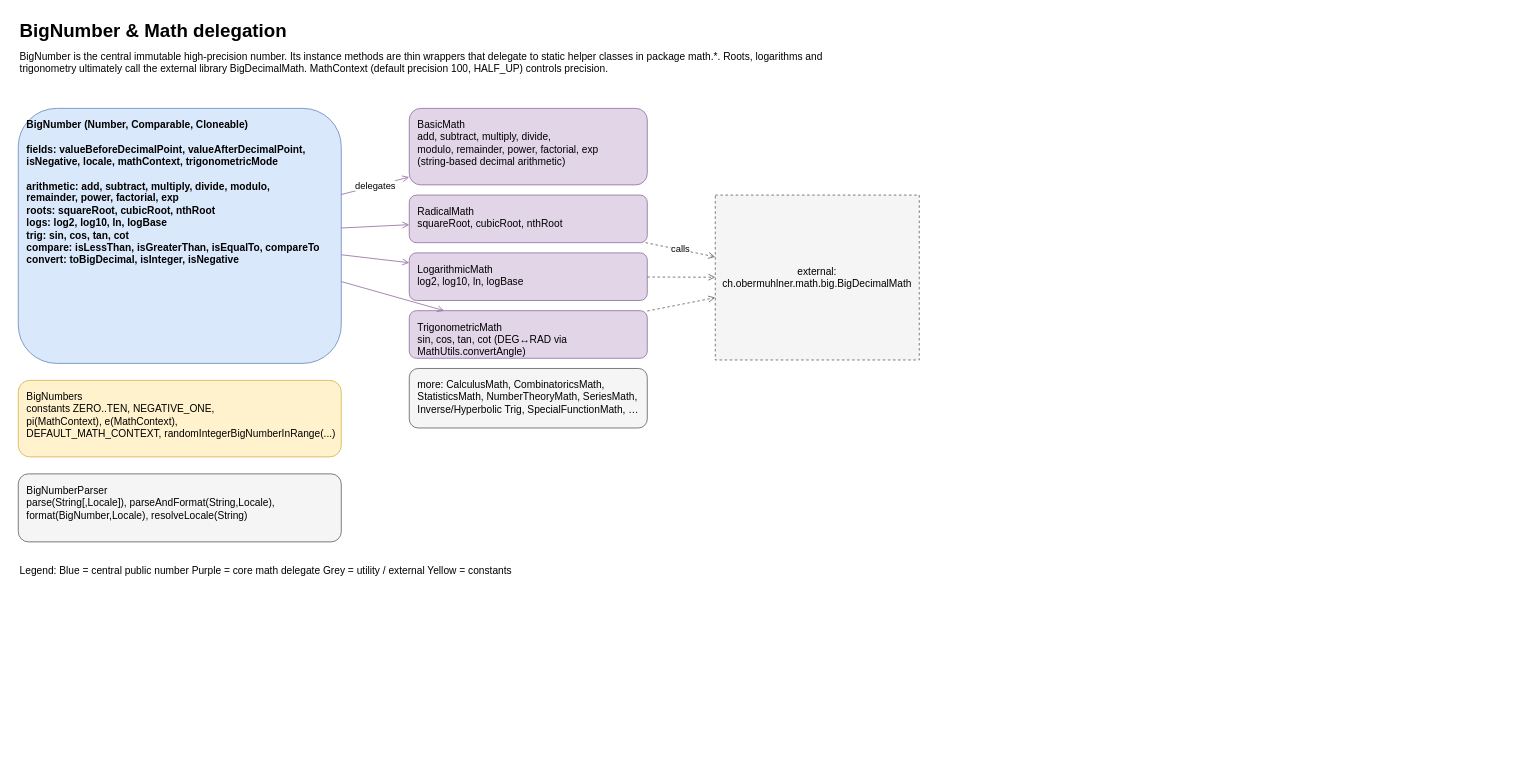
The draw.io diagram docs/diagrams/architecture/03-bignumber-and-math.drawio in lembergmax/JustMath, before the edit. Source tidied: cells renumbered, new cells numbered last; positions are measured from the earlier drawing's top-left corner, leaving out a move shared by most shapes. Both pictures are drawn from the tidied source at 85%, with x=0, y=0 at pixel (18, 14).
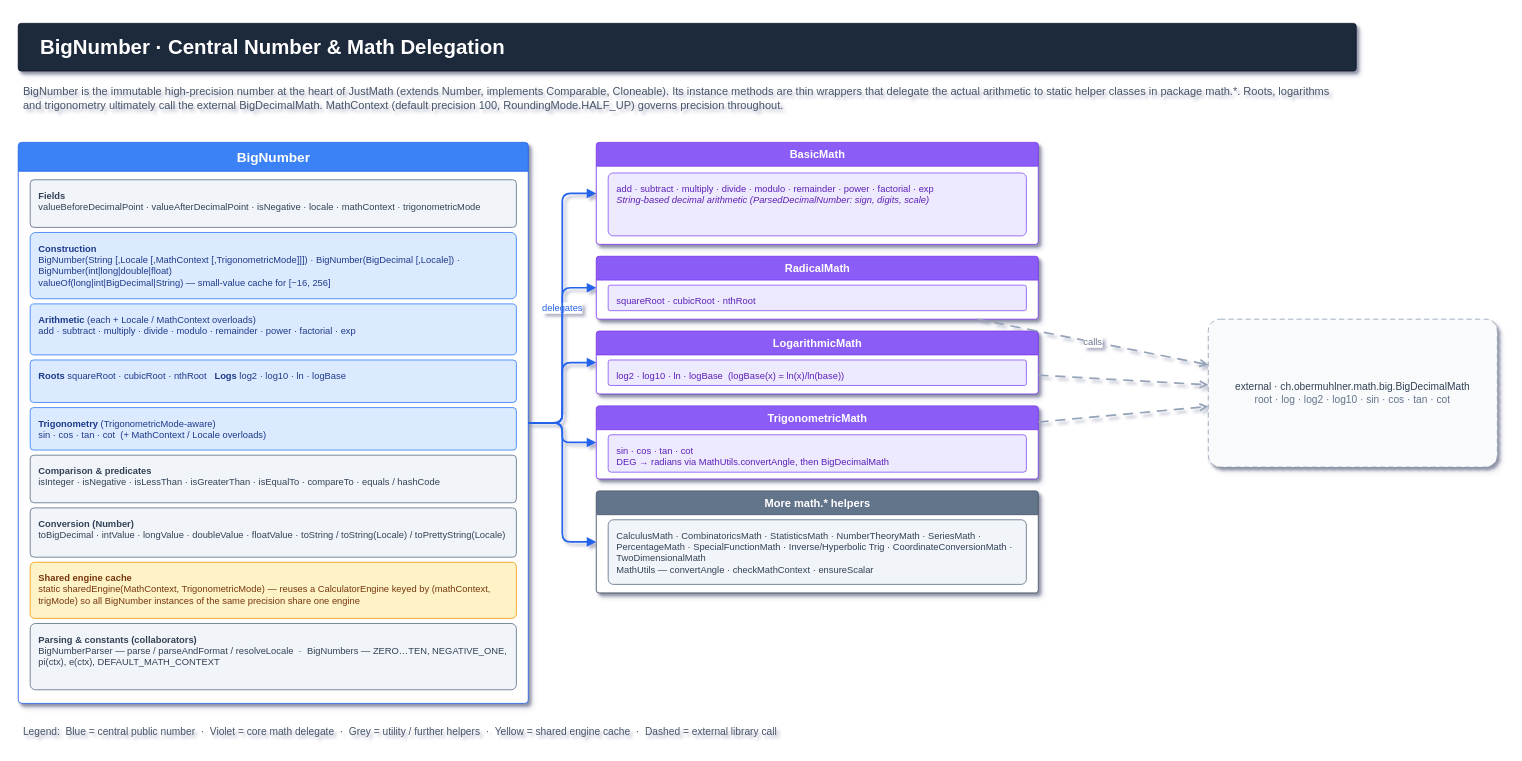
After the change.

Diff of the diagram source:
```diff
@@
-<mxGraphModel>
+<mxGraphModel shadow="1">
@@
-    <mxCell id="2" value="BigNumber &amp; Math delegation" style="text;html=1;fontSize=22;fontStyle=1;align=left;" parent="1" vertex="1">
-      <mxGeometry width="800" height="34" as="geometry" />
-    </mxCell>
-    <mxCell id="3" value="BigNumber is the central immutable high-precision number. Its instance methods are thin wrappers that delegate to static helper classes in package math.*. Roots, logarithms and trigonometry ultimately call the external library BigDecimalMath. MathContext (default precision 100, HALF_UP) controls precision." style="text;html=1;fontSize=12;align=left;verticalAlign=top;whiteSpace=wrap;" parent="1" vertex="1">
-      <mxGeometry y="36" width="950" height="48" as="geometry" />
-    </mxCell>
+    <mxCell id="21" value="BigNumber  ·  Central Number &amp; Math Delegation" style="rounded=1;arcSize=6;html=1;fillColor=#1E293B;strokeColor=#0F172A;fontColor=#FFFFFF;fontSize=24;fontStyle=1;fontFamily=Helvetica;align=left;verticalAlign=middle;spacingLeft=24;shadow=1;" parent="1" vertex="1">
+      <mxGeometry y="10" width="1574" height="56" as="geometry" />
+    </mxCell>
+    <mxCell id="22" value="BigNumber is the immutable high-precision number at the heart of JustMath (extends Number, implements Comparable, Cloneable). Its instance methods are thin wrappers that delegate the actual arithmetic to static helper classes in package math.*. Roots, logarithms and trigonometry ultimately call the external BigDecimalMath. MathContext (default precision 100, RoundingMode.HALF_UP) governs precision throughout." style="text;html=1;fontColor=#475569;fontSize=13;fontFamily=Helvetica;align=left;verticalAlign=top;whiteSpace=wrap;" parent="1" vertex="1">
+      <mxGeometry x="4" y="76" width="1560" height="56" as="geometry" />
+    </mxCell>
-    <mxCell id="4" value="BigNumber  (Number, Comparable, Cloneable)&#10;&#10;fields: valueBeforeDecimalPoint, valueAfterDecimalPoint,&#10;        isNegative, locale, mathContext, trigonometricMode&#10;&#10;arithmetic: add, subtract, multiply, divide, modulo,&#10;            remainder, power, factorial, exp&#10;roots: squareRoot, cubicRoot, nthRoot&#10;logs: log2, log10, ln, logBase&#10;trig: sin, cos, tan, cot&#10;compare: isLessThan, isGreaterThan, isEqualTo, compareTo&#10;convert: toBigDecimal, isInteger, isNegative" style="rounded=1;html=1;whiteSpace=wrap;align=left;verticalAlign=top;fillColor=#dae8fc;strokeColor=#6c8ebf;fontStyle=1;spacingLeft=8;spacingTop=6;" parent="1" vertex="1">
-      <mxGeometry y="110" width="380" height="300" as="geometry" />
+    <mxCell id="4" value="BigNumber" style="swimlane;rounded=1;arcSize=4;html=1;startSize=34;fillColor=#3B82F6;strokeColor=#2563EB;fontColor=#FFFFFF;fontStyle=1;fontSize=16;fontFamily=Helvetica;align=center;verticalAlign=middle;swimlaneFillColor=#FFFFFF;shadow=1;" parent="1" vertex="1">
+      <mxGeometry y="150" width="600" height="660" as="geometry" />
     </mxCell>
-    <mxCell id="5" value="BigNumbers&#10;constants ZERO..TEN, NEGATIVE_ONE,&#10;pi(MathContext), e(MathContext),&#10;DEFAULT_MATH_CONTEXT, randomIntegerBigNumberInRange(...)" style="rounded=1;html=1;whiteSpace=wrap;align=left;verticalAlign=top;fillColor=#fff2cc;strokeColor=#d6b656;spacingLeft=8;spacingTop=6;" parent="1" vertex="1">
-      <mxGeometry y="430" width="380" height="90" as="geometry" />
-    </mxCell>
-    <mxCell id="6" value="BigNumberParser&#10;parse(String[,Locale]), parseAndFormat(String,Locale),&#10;format(BigNumber,Locale), resolveLocale(String)" style="rounded=1;html=1;whiteSpace=wrap;align=left;verticalAlign=top;fillColor=#f5f5f5;strokeColor=#666666;spacingLeft=8;spacingTop=6;" parent="1" vertex="1">
-      <mxGeometry y="540" width="380" height="80" as="geometry" />
-    </mxCell>
+    <mxCell id="23" value="&lt;b&gt;Fields&lt;/b&gt;&lt;br&gt;valueBeforeDecimalPoint · valueAfterDecimalPoint · isNegative · locale · mathContext · trigonometricMode" style="text;html=1;fillColor=#F1F5F9;strokeColor=#64748B;fontColor=#334155;fontSize=11;fontFamily=Helvetica;align=left;verticalAlign=top;whiteSpace=wrap;rounded=1;arcSize=8;spacingLeft=8;spacingTop=6;spacingRight=8;" parent="4" vertex="1">
+      <mxGeometry x="14" y="44" width="572" height="56" as="geometry" />
+    </mxCell>
+    <mxCell id="24" value="&lt;b&gt;Construction&lt;/b&gt;&lt;br&gt;BigNumber(String [,Locale [,MathContext [,TrigonometricMode]]]) · BigNumber(BigDecimal [,Locale]) · BigNumber(int|long|double|float)&lt;br&gt;valueOf(long|int|BigDecimal|String) — small-value cache for [−16, 256]" style="text;html=1;fillColor=#DBEAFE;strokeColor=#3B82F6;fontColor=#1E3A8A;fontSize=11;fontFamily=Helvetica;align=left;verticalAlign=top;whiteSpace=wrap;rounded=1;arcSize=8;spacingLeft=8;spacingTop=6;spacingRight=8;" parent="4" vertex="1">
+      <mxGeometry x="14" y="106" width="572" height="78" as="geometry" />
+    </mxCell>
+    <mxCell id="25" value="&lt;b&gt;Arithmetic&lt;/b&gt; (each + Locale / MathContext overloads)&lt;br&gt;add · subtract · multiply · divide · modulo · remainder · power · factorial · exp" style="text;html=1;fillColor=#DBEAFE;strokeColor=#3B82F6;fontColor=#1E3A8A;fontSize=11;fontFamily=Helvetica;align=left;verticalAlign=top;whiteSpace=wrap;rounded=1;arcSize=8;spacingLeft=8;spacingTop=6;spacingRight=8;" parent="4" vertex="1">
+      <mxGeometry x="14" y="190" width="572" height="60" as="geometry" />
+    </mxCell>
+    <mxCell id="26" value="&lt;b&gt;Roots&lt;/b&gt; squareRoot · cubicRoot · nthRoot   &lt;b&gt;Logs&lt;/b&gt; log2 · log10 · ln · logBase" style="text;html=1;fillColor=#DBEAFE;strokeColor=#3B82F6;fontColor=#1E3A8A;fontSize=11;fontFamily=Helvetica;align=left;verticalAlign=top;whiteSpace=wrap;rounded=1;arcSize=8;spacingLeft=8;spacingTop=6;spacingRight=8;" parent="4" vertex="1">
+      <mxGeometry x="14" y="256" width="572" height="50" as="geometry" />
+    </mxCell>
+    <mxCell id="27" value="&lt;b&gt;Trigonometry&lt;/b&gt; (TrigonometricMode-aware)&lt;br&gt;sin · cos · tan · cot  (+ MathContext / Locale overloads)" style="text;html=1;fillColor=#DBEAFE;strokeColor=#3B82F6;fontColor=#1E3A8A;fontSize=11;fontFamily=Helvetica;align=left;verticalAlign=top;whiteSpace=wrap;rounded=1;arcSize=8;spacingLeft=8;spacingTop=6;spacingRight=8;" parent="4" vertex="1">
+      <mxGeometry x="14" y="312" width="572" height="50" as="geometry" />
+    </mxCell>
+    <mxCell id="28" value="&lt;b&gt;Comparison &amp;amp; predicates&lt;/b&gt;&lt;br&gt;isInteger · isNegative · isLessThan · isGreaterThan · isEqualTo · compareTo · equals / hashCode" style="text;html=1;fillColor=#F1F5F9;strokeColor=#64748B;fontColor=#334155;fontSize=11;fontFamily=Helvetica;align=left;verticalAlign=top;whiteSpace=wrap;rounded=1;arcSize=8;spacingLeft=8;spacingTop=6;spacingRight=8;" parent="4" vertex="1">
+      <mxGeometry x="14" y="368" width="572" height="56" as="geometry" />
+    </mxCell>
+    <mxCell id="29" value="&lt;b&gt;Conversion (Number)&lt;/b&gt;&lt;br&gt;toBigDecimal · intValue · longValue · doubleValue · floatValue · toString / toString(Locale) / toPrettyString(Locale)" style="text;html=1;fillColor=#F1F5F9;strokeColor=#64748B;fontColor=#334155;fontSize=11;fontFamily=Helvetica;align=left;verticalAlign=top;whiteSpace=wrap;rounded=1;arcSize=8;spacingLeft=8;spacingTop=6;spacingRight=8;" parent="4" vertex="1">
+      <mxGeometry x="14" y="430" width="572" height="58" as="geometry" />
+    </mxCell>
+    <mxCell id="30" value="&lt;b&gt;Shared engine cache&lt;/b&gt;&lt;br&gt;static sharedEngine(MathContext, TrigonometricMode) — reuses a CalculatorEngine keyed by (mathContext, trigMode) so all BigNumber instances of the same precision share one engine" style="text;html=1;fillColor=#FEF3C7;strokeColor=#F59E0B;fontColor=#78350F;fontSize=11;fontFamily=Helvetica;align=left;verticalAlign=top;whiteSpace=wrap;rounded=1;arcSize=8;spacingLeft=8;spacingTop=6;spacingRight=8;" parent="4" vertex="1">
+      <mxGeometry x="14" y="494" width="572" height="66" as="geometry" />
+    </mxCell>
+    <mxCell id="31" value="&lt;b&gt;Parsing &amp;amp; constants (collaborators)&lt;/b&gt;&lt;br&gt;BigNumberParser — parse / parseAndFormat / resolveLocale  ·  BigNumbers — ZERO…TEN, NEGATIVE_ONE, pi(ctx), e(ctx), DEFAULT_MATH_CONTEXT" style="text;html=1;fillColor=#F1F5F9;strokeColor=#64748B;fontColor=#334155;fontSize=11;fontFamily=Helvetica;align=left;verticalAlign=top;whiteSpace=wrap;rounded=1;arcSize=8;spacingLeft=8;spacingTop=6;spacingRight=8;" parent="4" vertex="1">
+      <mxGeometry x="14" y="566" width="572" height="78" as="geometry" />
+    </mxCell>
-    <mxCell id="7" value="BasicMath&#10;add, subtract, multiply, divide,&#10;modulo, remainder, power, factorial, exp&#10;(string-based decimal arithmetic)" style="rounded=1;html=1;whiteSpace=wrap;align=left;verticalAlign=top;fillColor=#e1d5e7;strokeColor=#9673a6;spacingLeft=8;spacingTop=6;" parent="1" vertex="1">
-      <mxGeometry x="460" y="110" width="280" height="90" as="geometry" />
+    <mxCell id="7" value="BasicMath" style="swimlane;rounded=1;arcSize=4;html=1;startSize=28;fillColor=#8B5CF6;strokeColor=#7C3AED;fontColor=#FFFFFF;fontStyle=1;fontSize=13;fontFamily=Helvetica;align=center;verticalAlign=middle;swimlaneFillColor=#FFFFFF;shadow=1;" parent="1" vertex="1">
+      <mxGeometry x="680" y="150" width="520" height="120" as="geometry" />
     </mxCell>
+    <mxCell id="32" value="add · subtract · multiply · divide · modulo · remainder · power · factorial · exp&lt;br&gt;&lt;i&gt;String-based decimal arithmetic (ParsedDecimalNumber: sign, digits, scale)&lt;/i&gt;" style="text;html=1;fillColor=#EDE9FE;strokeColor=#8B5CF6;fontColor=#5B21B6;fontSize=11;fontFamily=Helvetica;align=left;verticalAlign=top;whiteSpace=wrap;rounded=1;arcSize=8;spacingLeft=8;spacingTop=6;spacingRight=8;" parent="7" vertex="1">
+      <mxGeometry x="14" y="36" width="492" height="74" as="geometry" />
+    </mxCell>
-    <mxCell id="8" value="RadicalMath&#10;squareRoot, cubicRoot, nthRoot" style="rounded=1;html=1;whiteSpace=wrap;align=left;verticalAlign=top;fillColor=#e1d5e7;strokeColor=#9673a6;spacingLeft=8;spacingTop=6;" parent="1" vertex="1">
-      <mxGeometry x="460" y="212" width="280" height="56" as="geometry" />
+    <mxCell id="8" value="RadicalMath" style="swimlane;rounded=1;arcSize=4;html=1;startSize=28;fillColor=#8B5CF6;strokeColor=#7C3AED;fontColor=#FFFFFF;fontStyle=1;fontSize=13;fontFamily=Helvetica;align=center;verticalAlign=middle;swimlaneFillColor=#FFFFFF;shadow=1;" parent="1" vertex="1">
+      <mxGeometry x="680" y="284" width="520" height="74" as="geometry" />
     </mxCell>
+    <mxCell id="33" value="squareRoot · cubicRoot · nthRoot" style="text;html=1;fillColor=#EDE9FE;strokeColor=#8B5CF6;fontColor=#5B21B6;fontSize=11;fontFamily=Helvetica;align=left;verticalAlign=top;whiteSpace=wrap;rounded=1;arcSize=8;spacingLeft=8;spacingTop=6;" parent="8" vertex="1">
+      <mxGeometry x="14" y="34" width="492" height="30" as="geometry" />
+    </mxCell>
-    <mxCell id="9" value="LogarithmicMath&#10;log2, log10, ln, logBase" style="rounded=1;html=1;whiteSpace=wrap;align=left;verticalAlign=top;fillColor=#e1d5e7;strokeColor=#9673a6;spacingLeft=8;spacingTop=6;" parent="1" vertex="1">
-      <mxGeometry x="460" y="280" width="280" height="56" as="geometry" />
+    <mxCell id="9" value="LogarithmicMath" style="swimlane;rounded=1;arcSize=4;html=1;startSize=28;fillColor=#8B5CF6;strokeColor=#7C3AED;fontColor=#FFFFFF;fontStyle=1;fontSize=13;fontFamily=Helvetica;align=center;verticalAlign=middle;swimlaneFillColor=#FFFFFF;shadow=1;" parent="1" vertex="1">
+      <mxGeometry x="680" y="372" width="520" height="74" as="geometry" />
     </mxCell>
+    <mxCell id="34" value="log2 · log10 · ln · logBase  (logBase(x) = ln(x)/ln(base))" style="text;html=1;fillColor=#EDE9FE;strokeColor=#8B5CF6;fontColor=#5B21B6;fontSize=11;fontFamily=Helvetica;align=left;verticalAlign=top;whiteSpace=wrap;rounded=1;arcSize=8;spacingLeft=8;spacingTop=6;" parent="9" vertex="1">
+      <mxGeometry x="14" y="34" width="492" height="30" as="geometry" />
+    </mxCell>
-    <mxCell id="10" value="TrigonometricMath&#10;sin, cos, tan, cot  (DEG↔RAD via MathUtils.convertAngle)" style="rounded=1;html=1;whiteSpace=wrap;align=left;verticalAlign=top;fillColor=#e1d5e7;strokeColor=#9673a6;spacingLeft=8;spacingTop=6;" parent="1" vertex="1">
-      <mxGeometry x="460" y="348" width="280" height="56" as="geometry" />
+    <mxCell id="10" value="TrigonometricMath" style="swimlane;rounded=1;arcSize=4;html=1;startSize=28;fillColor=#8B5CF6;strokeColor=#7C3AED;fontColor=#FFFFFF;fontStyle=1;fontSize=13;fontFamily=Helvetica;align=center;verticalAlign=middle;swimlaneFillColor=#FFFFFF;shadow=1;" parent="1" vertex="1">
+      <mxGeometry x="680" y="460" width="520" height="86" as="geometry" />
     </mxCell>
+    <mxCell id="35" value="sin · cos · tan · cot&lt;br&gt;DEG → radians via MathUtils.convertAngle, then BigDecimalMath" style="text;html=1;fillColor=#EDE9FE;strokeColor=#8B5CF6;fontColor=#5B21B6;fontSize=11;fontFamily=Helvetica;align=left;verticalAlign=top;whiteSpace=wrap;rounded=1;arcSize=8;spacingLeft=8;spacingTop=6;" parent="10" vertex="1">
+      <mxGeometry x="14" y="34" width="492" height="44" as="geometry" />
+    </mxCell>
-    <mxCell id="11" value="more: CalculusMath, CombinatoricsMath,&#10;StatisticsMath, NumberTheoryMath, SeriesMath,&#10;Inverse/Hyperbolic Trig, SpecialFunctionMath, …" style="rounded=1;html=1;whiteSpace=wrap;align=left;verticalAlign=top;fillColor=#f5f5f5;strokeColor=#666666;spacingLeft=8;spacingTop=6;" parent="1" vertex="1">
-      <mxGeometry x="460" y="416" width="280" height="70" as="geometry" />
+    <mxCell id="11" value="More math.* helpers" style="swimlane;rounded=1;arcSize=4;html=1;startSize=28;fillColor=#64748B;strokeColor=#475569;fontColor=#FFFFFF;fontStyle=1;fontSize=13;fontFamily=Helvetica;align=center;verticalAlign=middle;swimlaneFillColor=#FFFFFF;shadow=1;" parent="1" vertex="1">
+      <mxGeometry x="680" y="560" width="520" height="120" as="geometry" />
     </mxCell>
+    <mxCell id="36" value="CalculusMath · CombinatoricsMath · StatisticsMath · NumberTheoryMath · SeriesMath · PercentageMath · SpecialFunctionMath · Inverse/Hyperbolic Trig · CoordinateConversionMath · TwoDimensionalMath&lt;br&gt;MathUtils — convertAngle · checkMathContext · ensureScalar" style="text;html=1;fillColor=#F1F5F9;strokeColor=#64748B;fontColor=#334155;fontSize=11;fontFamily=Helvetica;align=left;verticalAlign=top;whiteSpace=wrap;rounded=1;arcSize=8;spacingLeft=8;spacingTop=6;spacingRight=8;" parent="11" vertex="1">
+      <mxGeometry x="14" y="34" width="492" height="76" as="geometry" />
+    </mxCell>
-    <mxCell id="12" value="external: ch.obermuhlner.math.big.BigDecimalMath" style="rounded=0;html=1;whiteSpace=wrap;dashed=1;fillColor=#f5f5f5;strokeColor=#666666;" parent="1" vertex="1">
-      <mxGeometry x="820" y="212" width="240" height="194" as="geometry" />
+    <mxCell id="12" value="external · ch.obermuhlner.math.big.BigDecimalMath&lt;br&gt;&lt;font color=&quot;#64748B&quot;&gt;root · log · log2 · log10 · sin · cos · tan · cot&lt;/font&gt;" style="rounded=1;arcSize=8;html=1;dashed=1;dashPattern=6 4;fillColor=#F8FAFC;strokeColor=#94A3B8;fontColor=#334155;fontSize=12;fontFamily=Helvetica;align=center;verticalAlign=middle;whiteSpace=wrap;shadow=1;" parent="1" vertex="1">
+      <mxGeometry x="1400" y="358" width="340" height="174" as="geometry" />
     </mxCell>
-    <mxCell id="13" value="delegates" style="endArrow=open;html=1;strokeColor=#9673a6;fontSize=11;" parent="1" edge="1" source="4" target="7">
+    <mxCell id="13" value="delegates" style="endArrow=block;html=1;rounded=1;edgeStyle=orthogonalEdgeStyle;strokeColor=#2563EB;strokeWidth=2;fontColor=#2563EB;fontSize=11;fontFamily=Helvetica;" parent="1" edge="1" source="4" target="7">
       <mxGeometry relative="1" as="geometry" />
     </mxCell>
-    <mxCell id="14" style="endArrow=open;html=1;strokeColor=#9673a6;" parent="1" edge="1" source="4" target="8">
+    <mxCell id="14" style="endArrow=block;html=1;rounded=1;edgeStyle=orthogonalEdgeStyle;strokeColor=#2563EB;strokeWidth=2;" parent="1" edge="1" source="4" target="8">
       <mxGeometry relative="1" as="geometry" />
     </mxCell>
-    <mxCell id="15" style="endArrow=open;html=1;strokeColor=#9673a6;" parent="1" edge="1" source="4" target="9">
+    <mxCell id="15" style="endArrow=block;html=1;rounded=1;edgeStyle=orthogonalEdgeStyle;strokeColor=#2563EB;strokeWidth=2;" parent="1" edge="1" source="4" target="9">
       <mxGeometry relative="1" as="geometry" />
     </mxCell>
-    <mxCell id="16" style="endArrow=open;html=1;strokeColor=#9673a6;" parent="1" edge="1" source="4" target="10">
+    <mxCell id="16" style="endArrow=block;html=1;rounded=1;edgeStyle=orthogonalEdgeStyle;strokeColor=#2563EB;strokeWidth=2;" parent="1" edge="1" source="4" target="10">
       <mxGeometry relative="1" as="geometry" />
     </mxCell>
-    <mxCell id="17" value="calls" style="endArrow=open;html=1;strokeColor=#666666;dashed=1;fontSize=11;" parent="1" edge="1" source="8" target="12">
+    <mxCell id="17" style="endArrow=block;html=1;rounded=1;edgeStyle=orthogonalEdgeStyle;strokeColor=#2563EB;strokeWidth=2;" parent="1" edge="1" source="4" target="11">
       <mxGeometry relative="1" as="geometry" />
     </mxCell>
-    <mxCell id="18" style="endArrow=open;html=1;strokeColor=#666666;dashed=1;" parent="1" edge="1" source="9" target="12">
+    <mxCell id="18" value="calls" style="endArrow=open;html=1;rounded=1;dashed=1;dashPattern=6 4;strokeColor=#94A3B8;strokeWidth=2;fontColor=#64748B;fontSize=11;fontFamily=Helvetica;" parent="1" edge="1" source="8" target="12">
       <mxGeometry relative="1" as="geometry" />
     </mxCell>
-    <mxCell id="19" style="endArrow=open;html=1;strokeColor=#666666;dashed=1;" parent="1" edge="1" source="10" target="12">
+    <mxCell id="19" style="endArrow=open;html=1;rounded=1;dashed=1;dashPattern=6 4;strokeColor=#94A3B8;strokeWidth=2;" parent="1" edge="1" source="9" target="12">
       <mxGeometry relative="1" as="geometry" />
     </mxCell>
+    <mxCell id="37" style="endArrow=open;html=1;rounded=1;dashed=1;dashPattern=6 4;strokeColor=#94A3B8;strokeWidth=2;" parent="1" edge="1" source="10" target="12">
+      <mxGeometry relative="1" as="geometry" />
+    </mxCell>
-    <mxCell id="20" value="Legend:  Blue = central public number   Purple = core math delegate   Grey = utility / external   Yellow = constants" style="text;html=1;fontSize=12;align=left;fillColor=none;" parent="1" vertex="1">
-      <mxGeometry y="640" width="1000" height="24" as="geometry" />
+    <mxCell id="20" value="Legend:  Blue = central public number  ·  Violet = core math delegate  ·  Grey = utility / further helpers  ·  Yellow = shared engine cache  ·  Dashed = external library call" style="text;html=1;fontColor=#475569;fontSize=12;fontFamily=Helvetica;align=left;" parent="1" vertex="1">
+      <mxGeometry x="4" y="830" width="1560" height="24" as="geometry" />
     </mxCell>
```
